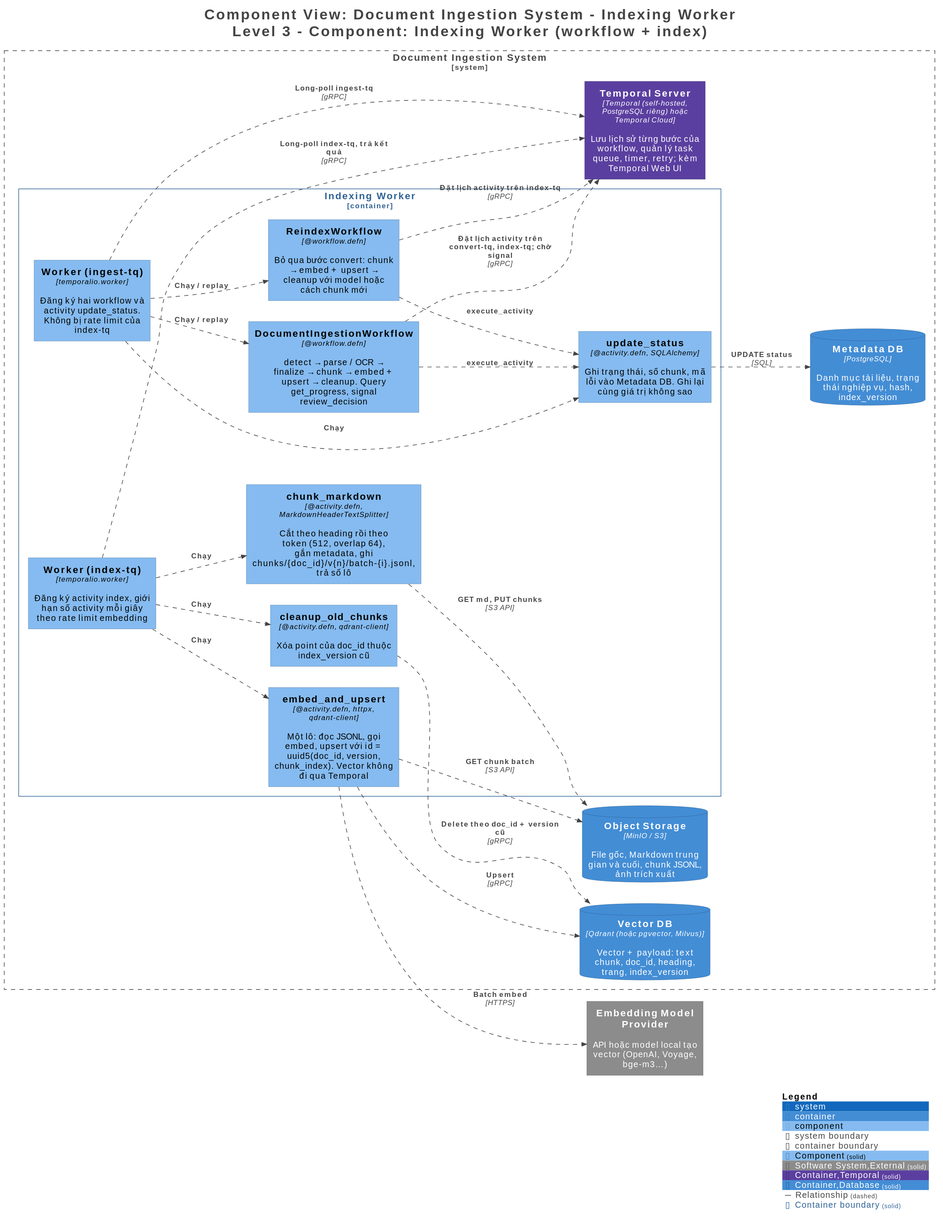
The PlantUML diagram docs/architecture/diagrams/L3-IndexingWorker.svg in duypon2601/mdDocument, before a commit.
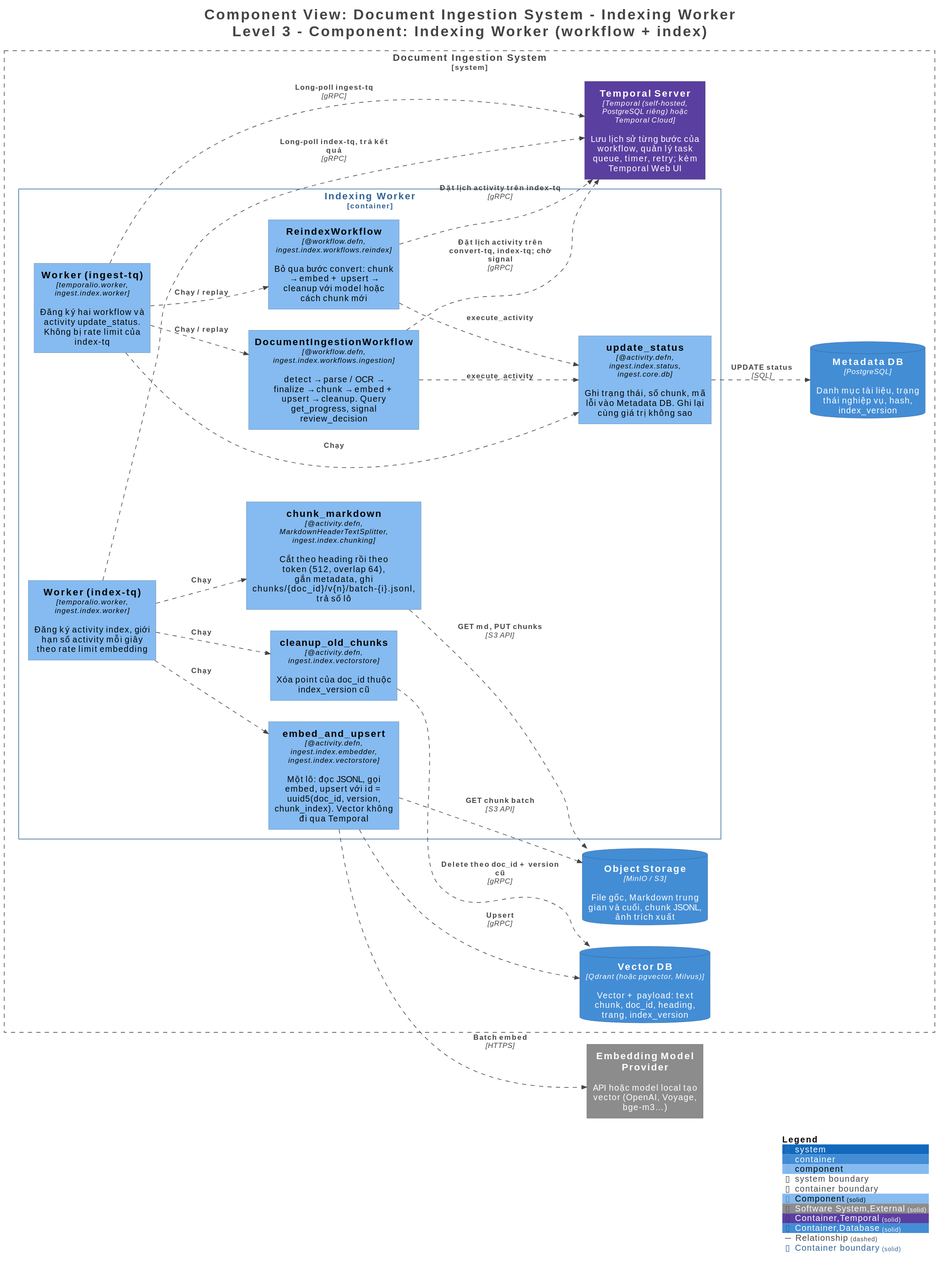
The same diagram one commit later.

Change to the diagram source:
```diff
@@ -29,14 +29,14 @@
 
 System_Boundary("DocumentIngestionSystem_boundary", "Document Ingestion System", $tags="Software System") {
   Container_Boundary("DocumentIngestionSystem.IndexingWorker_boundary", "Indexing Worker", $tags="Container") {
-    Component(DocumentIngestionSystem.IndexingWorker.Workeringesttq, "Worker (ingest-tq)", $techn="temporalio.worker", $descr="Đăng ký hai workflow và activity update_status. Không bị rate limit của index-tq", $tags="Component", $link="")
-    Component(DocumentIngestionSystem.IndexingWorker.DocumentIngestionWorkflow, "DocumentIngestionWorkflow", $techn="@workflow.defn", $descr="detect → parse / OCR → finalize → chunk → embed + upsert → cleanup. Query get_progress, signal review_decision", $tags="Component", $link="")
-    Component(DocumentIngestionSystem.IndexingWorker.ReindexWorkflow, "ReindexWorkflow", $techn="@workflow.defn", $descr="Bỏ qua bước convert: chunk → embed + upsert → cleanup với model hoặc cách chunk mới", $tags="Component", $link="")
-    Component(DocumentIngestionSystem.IndexingWorker.update_status, "update_status", $techn="@activity.defn, SQLAlchemy", $descr="Ghi trạng thái, số chunk, mã lỗi vào Metadata DB. Ghi lại cùng giá trị không sao", $tags="Component", $link="")
-    Component(DocumentIngestionSystem.IndexingWorker.Workerindextq, "Worker (index-tq)", $techn="temporalio.worker", $descr="Đăng ký activity index, giới hạn số activity mỗi giây theo rate limit embedding", $tags="Component", $link="")
-    Component(DocumentIngestionSystem.IndexingWorker.chunk_markdown, "chunk_markdown", $techn="@activity.defn, MarkdownHeaderTextSplitter", $descr="Cắt theo heading rồi theo token (512, overlap 64), gắn metadata, ghi chunks/{doc_id}/v{n}/batch-{i}.jsonl, trả số lô", $tags="Component", $link="")
-    Component(DocumentIngestionSystem.IndexingWorker.embed_and_upsert, "embed_and_upsert", $techn="@activity.defn, httpx, qdrant-client", $descr="Một lô: đọc JSONL, gọi embed, upsert với id = uuid5(doc_id, version, chunk_index). Vector không đi qua Temporal", $tags="Component", $link="")
-    Component(DocumentIngestionSystem.IndexingWorker.cleanup_old_chunks, "cleanup_old_chunks", $techn="@activity.defn, qdrant-client", $descr="Xóa point của doc_id thuộc index_version cũ", $tags="Component", $link="")
+    Component(DocumentIngestionSystem.IndexingWorker.Workeringesttq, "Worker (ingest-tq)", $techn="temporalio.worker, ingest.index.worker", $descr="Đăng ký hai workflow và activity update_status. Không bị rate limit của index-tq", $tags="Component", $link="")
+    Component(DocumentIngestionSystem.IndexingWorker.DocumentIngestionWorkflow, "DocumentIngestionWorkflow", $techn="@workflow.defn, ingest.index.workflows.ingestion", $descr="detect → parse / OCR → finalize → chunk → embed + upsert → cleanup. Query get_progress, signal review_decision", $tags="Component", $link="")
+    Component(DocumentIngestionSystem.IndexingWorker.ReindexWorkflow, "ReindexWorkflow", $techn="@workflow.defn, ingest.index.workflows.reindex", $descr="Bỏ qua bước convert: chunk → embed + upsert → cleanup với model hoặc cách chunk mới", $tags="Component", $link="")
+    Component(DocumentIngestionSystem.IndexingWorker.update_status, "update_status", $techn="@activity.defn, ingest.index.status, ingest.core.db", $descr="Ghi trạng thái, số chunk, mã lỗi vào Metadata DB. Ghi lại cùng giá trị không sao", $tags="Component", $link="")
+    Component(DocumentIngestionSystem.IndexingWorker.Workerindextq, "Worker (index-tq)", $techn="temporalio.worker, ingest.index.worker", $descr="Đăng ký activity index, giới hạn số activity mỗi giây theo rate limit embedding", $tags="Component", $link="")
+    Component(DocumentIngestionSystem.IndexingWorker.chunk_markdown, "chunk_markdown", $techn="@activity.defn, MarkdownHeaderTextSplitter, ingest.index.chunking", $descr="Cắt theo heading rồi theo token (512, overlap 64), gắn metadata, ghi chunks/{doc_id}/v{n}/batch-{i}.jsonl, trả số lô", $tags="Component", $link="")
+    Component(DocumentIngestionSystem.IndexingWorker.embed_and_upsert, "embed_and_upsert", $techn="@activity.defn, ingest.index.embedder, ingest.index.vectorstore", $descr="Một lô: đọc JSONL, gọi embed, upsert với id = uuid5(doc_id, version, chunk_index). Vector không đi qua Temporal", $tags="Component", $link="")
+    Component(DocumentIngestionSystem.IndexingWorker.cleanup_old_chunks, "cleanup_old_chunks", $techn="@activity.defn, ingest.index.vectorstore", $descr="Xóa point của doc_id thuộc index_version cũ", $tags="Component", $link="")
   }
 
   Container(DocumentIngestionSystem.TemporalServer, "Temporal Server", $techn="Temporal (self-hosted, PostgreSQL riêng) hoặc Temporal Cloud", $descr="Lưu lịch sử từng bước của workflow, quản lý task queue, timer, retry; kèm Temporal Web UI", $tags="Container,Temporal", $link="")
```
